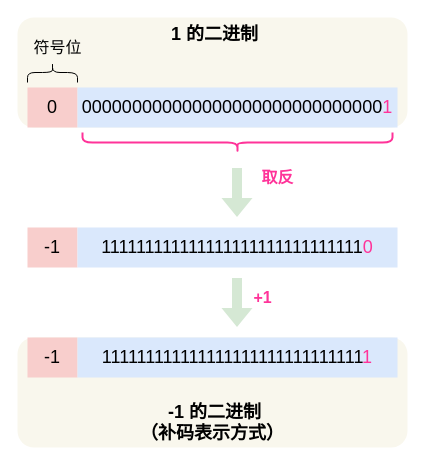
This is 操作系统/浮点/反码.drawio from xiaolincoder/ImageHost3, a draw.io file, before an edit. Source tidied: cells renumbered, new cells numbered last; positions are measured from the earlier drawing's top-left corner, leaving out a move shared by most shapes. Both pictures are drawn from the tidied source at 100%, with x=0, y=0 at pixel (17, -13).
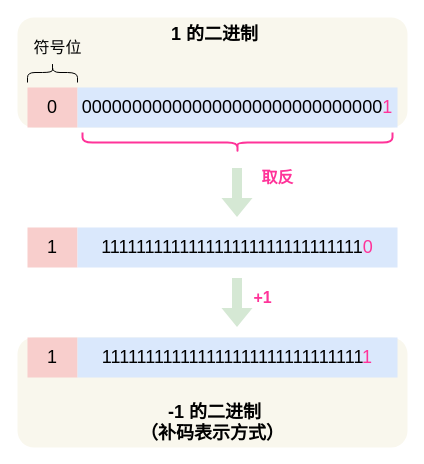
The same diagram, later.

Change to the diagram source:
```diff
@@
 <mxGraphModel>
   <root>
     <mxCell id="0" />
     <mxCell id="1" parent="0" />
     <mxCell id="2" value="&lt;font style=&quot;font-size: 18px&quot;&gt;&lt;b&gt;&amp;nbsp;-1 的二进制&lt;br&gt;（补码表示方式）&lt;/b&gt;&lt;/font&gt;" style="rounded=1;whiteSpace=wrap;html=1;fontSize=16;verticalAlign=bottom;fillColor=#f9f7ed;strokeColor=none;" parent="1" vertex="1">
       <mxGeometry y="350" width="390" height="110" as="geometry" />
     </mxCell>
     <mxCell id="3" value="&lt;font size=&quot;1&quot;&gt;&lt;b style=&quot;font-size: 18px&quot;&gt;&amp;nbsp;1 的二进制&lt;/b&gt;&lt;/font&gt;" style="rounded=1;whiteSpace=wrap;html=1;fontSize=16;verticalAlign=top;fillColor=#f9f7ed;strokeColor=none;" parent="1" vertex="1">
       <mxGeometry y="30" width="390" height="110" as="geometry" />
     </mxCell>
-    <mxCell id="4" value="-1" style="rounded=0;whiteSpace=wrap;html=1;fontSize=18;fillColor=#f8cecc;strokeColor=none;" parent="1" vertex="1">
+    <mxCell id="4" value="1" style="rounded=0;whiteSpace=wrap;html=1;fontSize=18;fillColor=#f8cecc;strokeColor=none;" parent="1" vertex="1">
       <mxGeometry x="10" y="240" width="50" height="40" as="geometry" />
     </mxCell>
     <mxCell id="5" value="111111111111111111111111111111&lt;font color=&quot;#ff3399&quot;&gt;0&lt;/font&gt;" style="rounded=0;whiteSpace=wrap;html=1;fontSize=18;fillColor=#dae8fc;strokeColor=none;" parent="1" vertex="1">
       <mxGeometry x="60" y="240" width="320" height="40" as="geometry" />
     </mxCell>
     <mxCell id="6" value="0" style="rounded=0;whiteSpace=wrap;html=1;fontSize=18;fillColor=#f8cecc;strokeColor=none;" parent="1" vertex="1">
       <mxGeometry x="10" y="100" width="50" height="40" as="geometry" />
     </mxCell>
     <mxCell id="7" value="000000000000000000000000000000&lt;font color=&quot;#ff3399&quot;&gt;1&lt;/font&gt;" style="rounded=0;whiteSpace=wrap;html=1;fontSize=18;fillColor=#dae8fc;strokeColor=none;" parent="1" vertex="1">
       <mxGeometry x="60" y="100" width="320" height="40" as="geometry" />
     </mxCell>
     <mxCell id="8" value="符号位" style="text;html=1;align=center;verticalAlign=middle;fontSize=16;" parent="1" vertex="1">
       <mxGeometry x="10" y="50" width="60" height="20" as="geometry" />
     </mxCell>
     <mxCell id="9" style="shape=curlyBracket;whiteSpace=wrap;html=1;rounded=1;fontSize=16;rotation=90;" parent="1" vertex="1">
       <mxGeometry x="25" y="60" width="20" height="50" as="geometry" />
     </mxCell>
     <mxCell id="10" style="shape=curlyBracket;whiteSpace=wrap;html=1;rounded=1;fontSize=16;rotation=-90;labelBackgroundColor=#ffffff;fontColor=#FF3399;strokeColor=#FF3399;strokeWidth=2;" parent="1" vertex="1">
       <mxGeometry x="210" width="20" height="310" as="geometry" />
     </mxCell>
     <mxCell id="11" style="shape=flexArrow;endArrow=classic;html=1;fillColor=#d5e8d4;strokeColor=none;" parent="1" edge="1">
       <mxGeometry relative="1" as="geometry">
         <mxPoint x="219.5" y="180" as="sourcePoint" />
         <mxPoint x="219.5" y="230" as="targetPoint" />
       </mxGeometry>
     </mxCell>
     <mxCell id="12" value="&lt;font style=&quot;font-size: 16px;&quot;&gt;取反&lt;/font&gt;" style="text;html=1;align=center;verticalAlign=middle;fontSize=16;fontStyle=1;fontColor=#FF3399;" parent="1" vertex="1">
       <mxGeometry x="235" y="180" width="50" height="20" as="geometry" />
     </mxCell>
-    <mxCell id="13" value="-1" style="rounded=0;whiteSpace=wrap;html=1;fontSize=18;fillColor=#f8cecc;strokeColor=none;" parent="1" vertex="1">
+    <mxCell id="13" value="1" style="rounded=0;whiteSpace=wrap;html=1;fontSize=18;fillColor=#f8cecc;strokeColor=none;" parent="1" vertex="1">
       <mxGeometry x="10" y="350" width="50" height="40" as="geometry" />
     </mxCell>
     <mxCell id="14" value="111111111111111111111111111111&lt;font color=&quot;#ff3399&quot;&gt;1&lt;/font&gt;" style="rounded=0;whiteSpace=wrap;html=1;fontSize=18;fillColor=#dae8fc;strokeColor=none;" parent="1" vertex="1">
       <mxGeometry x="60" y="350" width="320" height="40" as="geometry" />
     </mxCell>
     <mxCell id="15" style="shape=flexArrow;endArrow=classic;html=1;fillColor=#d5e8d4;strokeColor=none;" parent="1" edge="1">
       <mxGeometry relative="1" as="geometry">
         <mxPoint x="219.5" y="290" as="sourcePoint" />
         <mxPoint x="219.5" y="340" as="targetPoint" />
       </mxGeometry>
     </mxCell>
     <mxCell id="16" value="&lt;font style=&quot;font-size: 16px;&quot;&gt;+1&lt;/font&gt;" style="text;html=1;align=center;verticalAlign=middle;fontSize=16;fontStyle=1;fontColor=#FF3399;" parent="1" vertex="1">
       <mxGeometry x="230" y="300" width="30" height="20" as="geometry" />
     </mxCell>
   </root>
 </mxGraphModel>
```
